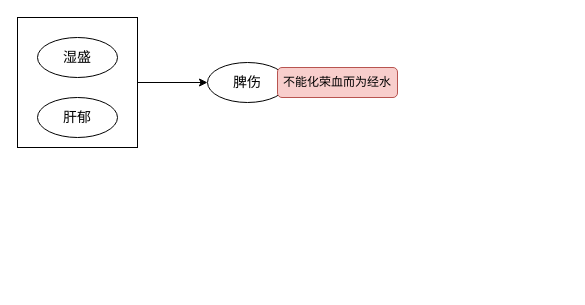
This is 紫门女科/带下/001带下的形成原因.drawio from 328507133/chart, a draw.io file, before an edit. Source tidied: cells renumbered, new cells numbered last; positions are measured from the earlier drawing's top-left corner, leaving out a move shared by most shapes. Both pictures are drawn from the tidied source at 100%, with x=0, y=0 at pixel (17, 17).
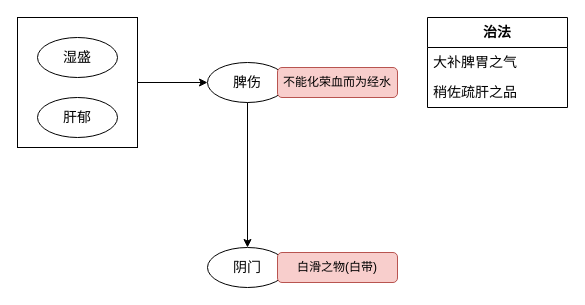
The same page after the edit.

Commit message (it also covers changes not shown here):
更新001带下的形成原因.drawio

What changed in the source:
```diff
@@
 <mxGraphModel>
   <root>
     <mxCell id="0" />
     <mxCell id="1" parent="0" />
     <mxCell id="2" style="edgeStyle=orthogonalEdgeStyle;rounded=0;jettySize=auto;html=1;exitX=1;exitY=0.5;exitDx=0;exitDy=0;entryX=0;entryY=0.5;entryDx=0;entryDy=0;" parent="1" edge="1" source="3" target="7">
       <mxGeometry relative="1" as="geometry" />
     </mxCell>
     <mxCell id="3" style="rounded=0;whiteSpace=wrap;html=1;" parent="1" vertex="1">
       <mxGeometry width="120" height="130" as="geometry" />
     </mxCell>
     <mxCell id="4" value="湿盛" style="ellipse;whiteSpace=wrap;html=1;fontSize=14;" parent="1" vertex="1">
       <mxGeometry x="20" y="20" width="80" height="40" as="geometry" />
     </mxCell>
     <mxCell id="5" value="肝郁" style="ellipse;whiteSpace=wrap;html=1;fontSize=14;" parent="1" vertex="1">
       <mxGeometry x="20" y="80" width="80" height="40" as="geometry" />
     </mxCell>
     <mxCell id="6" style="group;" parent="1" vertex="1">
       <mxGeometry x="190" y="45" width="80" height="50" as="geometry" />
     </mxCell>
     <mxCell id="7" value="脾伤" style="ellipse;whiteSpace=wrap;html=1;fontSize=14;" parent="6" vertex="1">
       <mxGeometry width="80" height="40" as="geometry" />
     </mxCell>
     <mxCell id="8" value="不能化荣血而为经水" style="rounded=1;whiteSpace=wrap;html=1;fillColor=#f8cecc;strokeColor=#b85450;" parent="1" vertex="1">
       <mxGeometry x="260" y="50" width="120" height="30" as="geometry" />
     </mxCell>
+    <mxCell id="9" style="endArrow=classic;html=1;rounded=0;exitX=0.5;exitY=1;exitDx=0;exitDy=0;entryX=0.5;entryY=0;entryDx=0;entryDy=0;" parent="1" edge="1" source="7" target="10">
+      <mxGeometry relative="1" as="geometry" />
+    </mxCell>
+    <mxCell id="10" value="阴门" style="ellipse;whiteSpace=wrap;html=1;fontSize=14;" parent="1" vertex="1">
+      <mxGeometry x="190" y="230" width="80" height="40" as="geometry" />
+    </mxCell>
+    <mxCell id="11" value="白滑之物(白带)" style="rounded=1;whiteSpace=wrap;html=1;fillColor=#f8cecc;strokeColor=#b85450;" parent="1" vertex="1">
+      <mxGeometry x="260" y="235" width="120" height="30" as="geometry" />
+    </mxCell>
+    <mxCell id="12" value="&lt;b&gt;&lt;font style=&quot;font-size: 14px;&quot;&gt;治法&lt;/font&gt;&lt;/b&gt;" style="swimlane;fontStyle=0;horizontal=1;startSize=30;whiteSpace=wrap;html=1;" parent="1" vertex="1">
+      <mxGeometry x="410" width="140" height="90" as="geometry" />
+    </mxCell>
+    <mxCell id="13" value="大补脾胃之气" style="text;strokeColor=none;fillColor=none;align=left;verticalAlign=middle;spacingLeft=4;spacingRight=4;overflow=hidden;whiteSpace=wrap;html=1;fontSize=14;" parent="12" vertex="1">
+      <mxGeometry y="30" width="140" height="30" as="geometry" />
+    </mxCell>
+    <mxCell id="14" value="稍佐疏肝之品" style="text;strokeColor=none;fillColor=none;align=left;verticalAlign=middle;spacingLeft=4;spacingRight=4;overflow=hidden;whiteSpace=wrap;html=1;fontSize=14;" parent="12" vertex="1">
+      <mxGeometry y="60" width="140" height="30" as="geometry" />
+    </mxCell>
   </root>
 </mxGraphModel>
```
